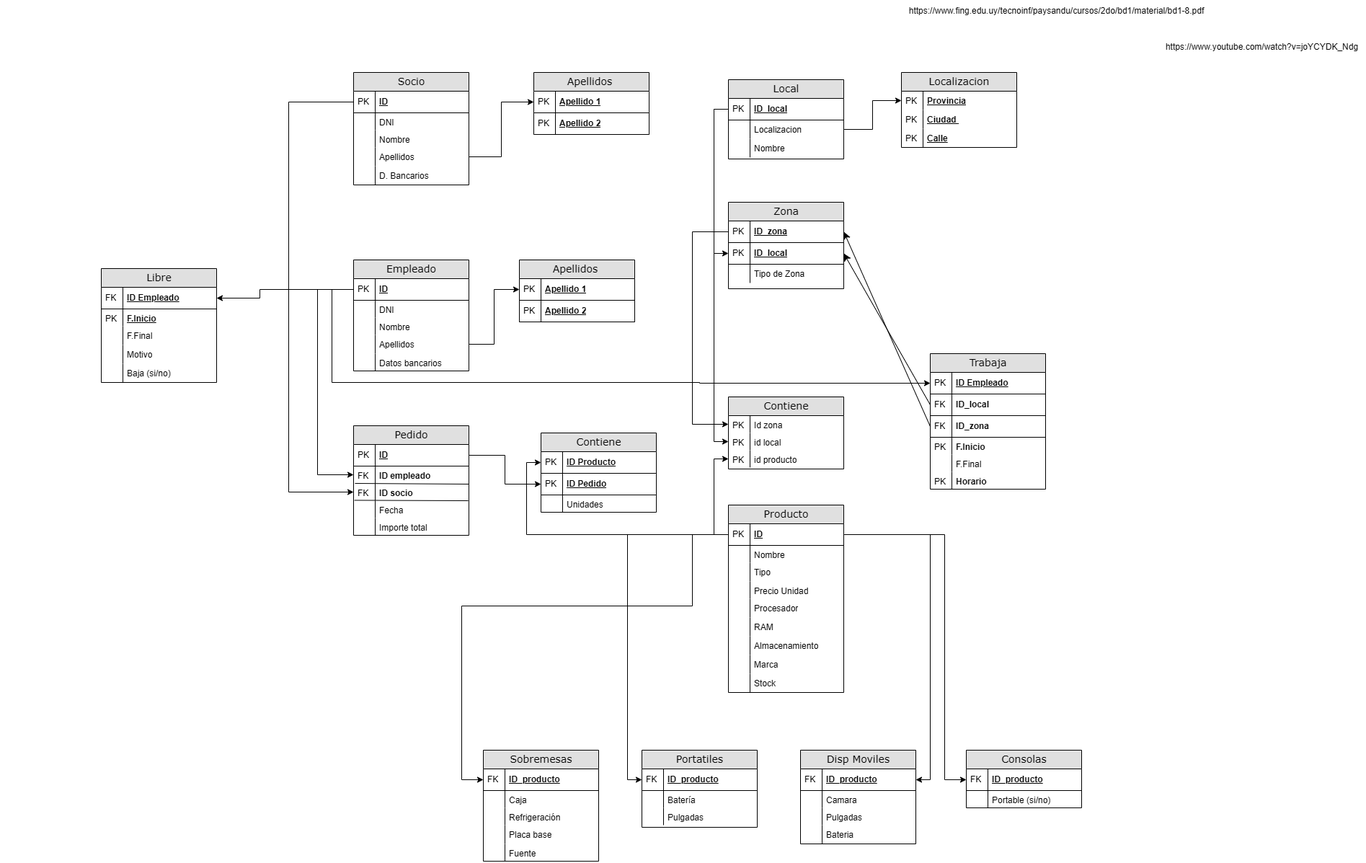
Earlier version of the draw.io export diagramas/Relacional.png (BrayanJosePerezRamos/ADBD_ProyectoFinal). Source tidied: cells renumbered, new cells last; positions are measured from the earlier drawing's top-left corner, leaving out a move shared by most shapes.
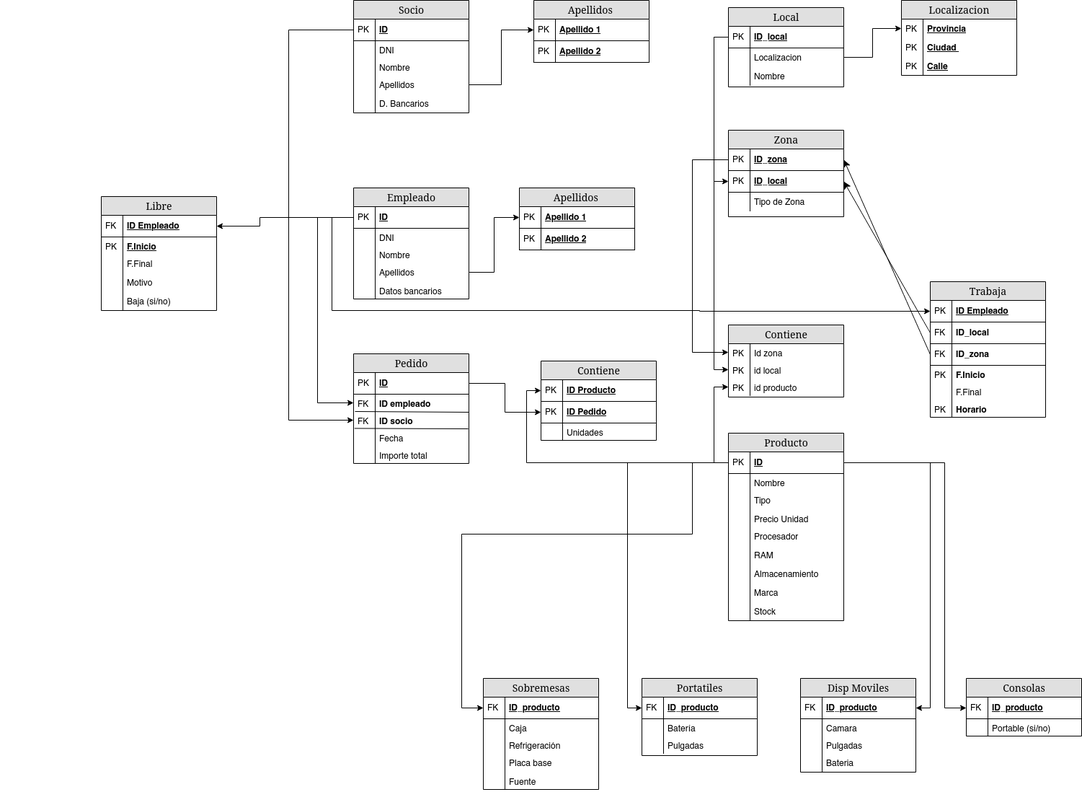
The same file after the commit.

Change to the diagram source:
```diff
@@ -73,9 +73,6 @@
     <mxCell id="23" style="shape=partialRectangle;top=0;left=0;bottom=0;html=1;fillColor=none;align=left;verticalAlign=top;spacingLeft=4;spacingRight=4;whiteSpace=wrap;overflow=hidden;" parent="22" vertex="1">
       <mxGeometry width="30" height="26" as="geometry" />
     </mxCell>
-    <mxCell id="24" value="https://www.fing.edu.uy/tecnoinf/paysandu/cursos/2do/bd1/material/bd1-8.pdf" style="text;html=1;align=center;verticalAlign=middle;strokeColor=none;fillColor=none;" parent="1" vertex="1">
-      <mxGeometry x="1250" width="430" height="30" as="geometry" />
-    </mxCell>
     <mxCell id="25" value="Empleado" style="swimlane;html=1;fontStyle=0;horizontal=1;startSize=26;fillColor=#e0e0e0;swimlaneFillColor=#ffffff;align=center;rounded=0;shadow=0;comic=0;labelBackgroundColor=none;strokeWidth=1;fontFamily=Verdana;fontSize=14;" parent="1" vertex="1">
       <mxGeometry x="490" y="360" width="160" height="154" as="geometry" />
     </mxCell>
@@ -220,9 +217,6 @@
     <mxCell id="71" style="edgeStyle=orthogonalEdgeStyle;rounded=0;jettySize=auto;html=1;exitX=1;exitY=0.5;exitDx=0;exitDy=0;entryX=0;entryY=0.5;entryDx=0;entryDy=0;" parent="1" edge="1" source="62" target="67">
       <mxGeometry relative="1" as="geometry" />
     </mxCell>
-    <mxCell id="72" value="https://www.youtube.com/watch?v=joYCYDK_Ndg" style="text;html=1;align=center;verticalAlign=middle;strokeColor=none;fillColor=none;" parent="1" vertex="1">
-      <mxGeometry x="1605" y="50" width="290" height="30" as="geometry" />
-    </mxCell>
     <mxCell id="73" style="edgeStyle=orthogonalEdgeStyle;rounded=0;jettySize=auto;html=1;entryX=0;entryY=0.5;entryDx=0;entryDy=0;" parent="1" edge="1" source="26" target="45">
       <mxGeometry relative="1" as="geometry">
         <Array as="points">
```
